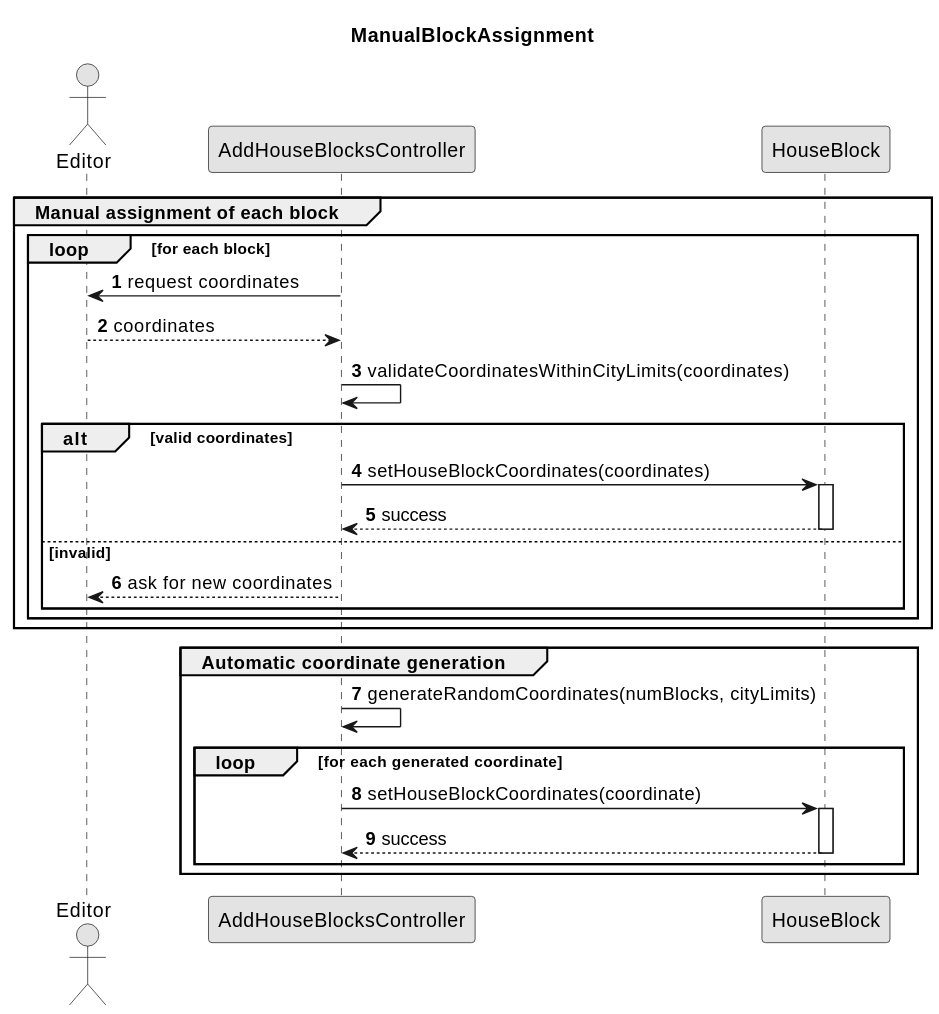
Above: docs/system-documentation/Sprint 2/US03/03.design/svg/US03-SD-assign-blocks.svg in HenriqueSilva18/Railway-Network-Simulator (PlantUML), before the change.
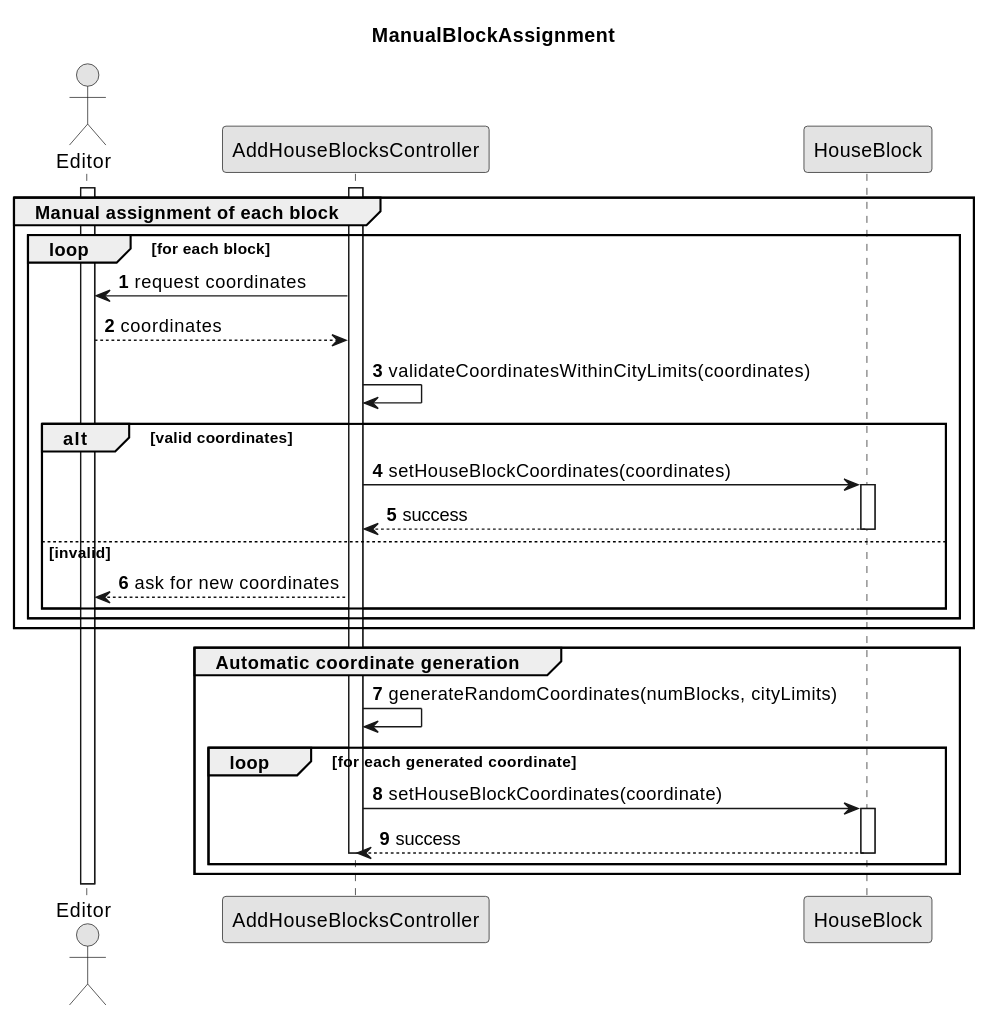
The same file after the commit.

The edit, as a diff of the source:
```diff
@@ -10,7 +10,10 @@
 participant AddHouseBlocksController as AddBHouseBlocksController
 participant HouseBlock
 
+activate Editor
 group Manual assignment of each block
+
+activate AddBHouseBlocksController
 
     loop for each block
         AddBHouseBlocksController -> Editor : request coordinates
@@ -31,7 +34,6 @@
 end group
 
 group Automatic coordinate generation
-
     AddBHouseBlocksController -> AddBHouseBlocksController : generateRandomCoordinates(numBlocks, cityLimits)
 
     loop for each generated coordinate
@@ -39,7 +41,10 @@
         activate HouseBlock
         HouseBlock --> AddBHouseBlocksController : success
         deactivate HouseBlock
+        deactivate AddBHouseBlocksController
     end
 
 end group
+deactivate Editor
+deactivate AddBHouseBlocksController
 @enduml
```
